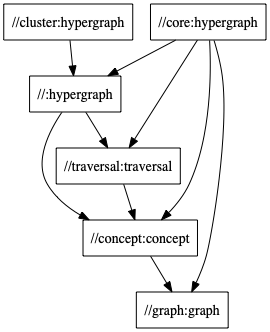
Above: diagrams/package-structure.png in typedb/typedb (Graphviz), before the change. Its source is kept beside it as diagrams/package-structure.dot.
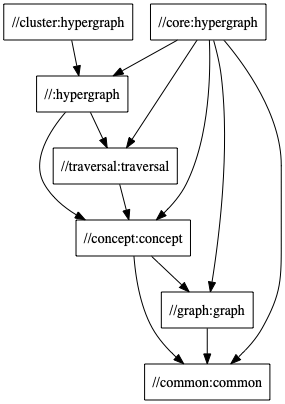
Later version of the same file.

Commit message:
Update package-structure diagram and script

Diff of the diagram source:
```diff
@@ -4,6 +4,7 @@
   "//cluster:hypergraph" -> "//:hypergraph"
   "//core:hypergraph"
   "//core:hypergraph" -> "//:hypergraph"
+  "//core:hypergraph" -> "//common:common"
   "//core:hypergraph" -> "//concept:concept"
   "//core:hypergraph" -> "//graph:graph"
   "//core:hypergraph" -> "//traversal:traversal"
@@ -13,6 +14,9 @@
   "//traversal:traversal"
   "//traversal:traversal" -> "//concept:concept"
   "//concept:concept"
+  "//concept:concept" -> "//common:common"
   "//concept:concept" -> "//graph:graph"
   "//graph:graph"
+  "//graph:graph" -> "//common:common"
+  "//common:common"
 }
```
